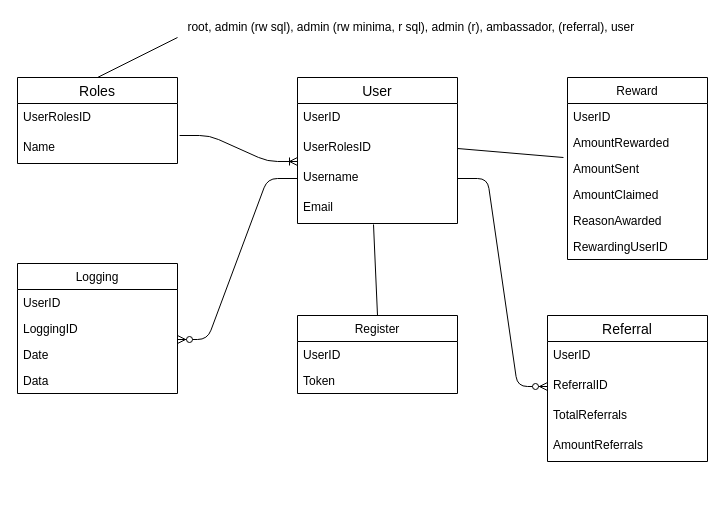
Above: docs/images/dbase.drawio in minima-global/incentivecash (draw.io), before the change. Source tidied: cells renumbered, new cells numbered last; positions are measured from the earlier drawing's top-left corner, leaving out a move shared by most shapes. Both pictures are drawn from the tidied source at 100%, with x=0, y=0 at pixel (17, 17).
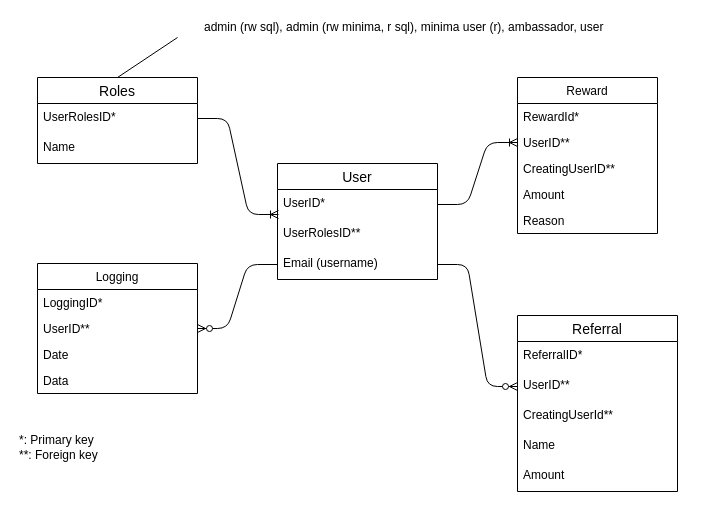
The same diagram, later.

Commit message (it also covers changes not shown here):
tweak of the dbase design

Unchanged cells that the change refers to:
```xml
<mxCell id="9" value="Name" style="text;strokeColor=none;fillColor=none;spacingLeft=4;spacingRight=4;overflow=hidden;points=[[0,0.5],[1,0.5]];portConstraint=eastwest;fontSize=12;" parent="7" vertex="1">
  <mxGeometry y="56" width="160" height="30" as="geometry" />
</mxCell>
<mxCell id="20" value="Date" style="text;strokeColor=none;fillColor=none;align=left;verticalAlign=top;spacingLeft=4;spacingRight=4;overflow=hidden;points=[[0,0.5],[1,0.5]];portConstraint=eastwest;" parent="17" vertex="1">
  <mxGeometry y="78" width="160" height="26" as="geometry" />
</mxCell>
```

Diff of the diagram source:
```diff
@@
     <mxCell id="2" value="User" style="swimlane;fontStyle=0;horizontal=1;startSize=26;align=center;fontSize=14;" parent="1" vertex="1">
-      <mxGeometry x="280" y="60" width="160" height="146" as="geometry" />
+      <mxGeometry x="260" y="146" width="160" height="116" as="geometry" />
     </mxCell>
-    <mxCell id="3" value="UserID" style="text;strokeColor=none;fillColor=none;spacingLeft=4;spacingRight=4;overflow=hidden;points=[[0,0.5],[1,0.5]];portConstraint=eastwest;fontSize=12;" parent="2" vertex="1">
+    <mxCell id="3" value="UserID*" style="text;strokeColor=none;fillColor=none;spacingLeft=4;spacingRight=4;overflow=hidden;points=[[0,0.5],[1,0.5]];portConstraint=eastwest;fontSize=12;" parent="2" vertex="1">
       <mxGeometry y="26" width="160" height="30" as="geometry" />
     </mxCell>
-    <mxCell id="4" value="UserRolesID" style="text;strokeColor=none;fillColor=none;spacingLeft=4;spacingRight=4;overflow=hidden;points=[[0,0.5],[1,0.5]];portConstraint=eastwest;fontSize=12;" parent="2" vertex="1">
+    <mxCell id="4" value="UserRolesID**" style="text;strokeColor=none;fillColor=none;spacingLeft=4;spacingRight=4;overflow=hidden;points=[[0,0.5],[1,0.5]];portConstraint=eastwest;fontSize=12;" parent="2" vertex="1">
       <mxGeometry y="56" width="160" height="30" as="geometry" />
     </mxCell>
-    <mxCell id="5" value="Username" style="text;strokeColor=none;fillColor=none;spacingLeft=4;spacingRight=4;overflow=hidden;points=[[0,0.5],[1,0.5]];portConstraint=eastwest;fontSize=12;" parent="2" vertex="1">
+    <mxCell id="5" value="Email (username)" style="text;strokeColor=none;fillColor=none;spacingLeft=4;spacingRight=4;overflow=hidden;points=[[0,0.5],[1,0.5]];portConstraint=eastwest;fontSize=12;" parent="2" vertex="1">
       <mxGeometry y="86" width="160" height="30" as="geometry" />
     </mxCell>
-    <mxCell id="6" value="Email" style="text;strokeColor=none;fillColor=none;spacingLeft=4;spacingRight=4;overflow=hidden;points=[[0,0.5],[1,0.5]];portConstraint=eastwest;fontSize=12;" parent="2" vertex="1">
-      <mxGeometry y="116" width="160" height="30" as="geometry" />
-    </mxCell>
     <mxCell id="7" value="Roles" style="swimlane;fontStyle=0;horizontal=1;startSize=26;align=center;fontSize=14;" parent="1" vertex="1">
-      <mxGeometry y="60" width="160" height="86" as="geometry" />
+      <mxGeometry x="20" y="60" width="160" height="86" as="geometry" />
     </mxCell>
-    <mxCell id="8" value="UserRolesID" style="text;strokeColor=none;fillColor=none;spacingLeft=4;spacingRight=4;overflow=hidden;points=[[0,0.5],[1,0.5]];portConstraint=eastwest;fontSize=12;" parent="7" vertex="1">
+    <mxCell id="8" value="UserRolesID*" style="text;strokeColor=none;fillColor=none;spacingLeft=4;spacingRight=4;overflow=hidden;points=[[0,0.5],[1,0.5]];portConstraint=eastwest;fontSize=12;" parent="7" vertex="1">
       <mxGeometry y="26" width="160" height="30" as="geometry" />
     </mxCell>
@@
     <mxCell id="10" value="Reward" style="swimlane;fontStyle=0;horizontal=1;startSize=26;fillColor=none;" parent="1" vertex="1">
-      <mxGeometry x="550" y="60" width="140" height="182" as="geometry" />
+      <mxGeometry x="500" y="60" width="140" height="156" as="geometry" />
     </mxCell>
-    <mxCell id="11" value="UserID" style="text;strokeColor=none;fillColor=none;align=left;verticalAlign=top;spacingLeft=4;spacingRight=4;overflow=hidden;" parent="10" vertex="1">
+    <mxCell id="11" value="RewardId*&#10;" style="text;strokeColor=none;fillColor=none;align=left;verticalAlign=top;spacingLeft=4;spacingRight=4;overflow=hidden;" parent="10" vertex="1">
       <mxGeometry y="26" width="140" height="26" as="geometry" />
     </mxCell>
+    <mxCell id="37" value="UserID**" style="text;strokeColor=none;fillColor=none;align=left;verticalAlign=top;spacingLeft=4;spacingRight=4;overflow=hidden;points=[[0,0.5],[1,0.5]];portConstraint=eastwest;" parent="10" vertex="1">
+      <mxGeometry y="52" width="140" height="26" as="geometry" />
+    </mxCell>
+    <mxCell id="16" value="CreatingUserID**&#10;" style="text;strokeColor=none;fillColor=none;align=left;verticalAlign=top;spacingLeft=4;spacingRight=4;overflow=hidden;" parent="10" vertex="1">
+      <mxGeometry y="78" width="140" height="26" as="geometry" />
+    </mxCell>
-    <mxCell id="12" value="AmountRewarded" style="text;strokeColor=none;fillColor=none;align=left;verticalAlign=top;spacingLeft=4;spacingRight=4;overflow=hidden;" parent="10" vertex="1">
-      <mxGeometry y="52" width="140" height="26" as="geometry" />
+    <mxCell id="12" value="Amount&#10;" style="text;strokeColor=none;fillColor=none;align=left;verticalAlign=top;spacingLeft=4;spacingRight=4;overflow=hidden;" parent="10" vertex="1">
+      <mxGeometry y="104" width="140" height="26" as="geometry" />
     </mxCell>
-    <mxCell id="13" value="AmountSent" style="text;strokeColor=none;fillColor=none;align=left;verticalAlign=top;spacingLeft=4;spacingRight=4;overflow=hidden;points=[[0,0.5],[1,0.5]];portConstraint=eastwest;" parent="10" vertex="1">
-      <mxGeometry y="78" width="140" height="26" as="geometry" />
-    </mxCell>
-    <mxCell id="14" value="AmountClaimed&#10;" style="text;strokeColor=none;fillColor=none;align=left;verticalAlign=top;spacingLeft=4;spacingRight=4;overflow=hidden;" parent="10" vertex="1">
-      <mxGeometry y="104" width="140" height="26" as="geometry" />
-    </mxCell>
-    <mxCell id="15" value="ReasonAwarded" style="text;strokeColor=none;fillColor=none;align=left;verticalAlign=top;spacingLeft=4;spacingRight=4;overflow=hidden;" parent="10" vertex="1">
+    <mxCell id="15" value="Reason&#10;" style="text;strokeColor=none;fillColor=none;align=left;verticalAlign=top;spacingLeft=4;spacingRight=4;overflow=hidden;" parent="10" vertex="1">
       <mxGeometry y="130" width="140" height="26" as="geometry" />
     </mxCell>
-    <mxCell id="16" value="RewardingUserID" style="text;strokeColor=none;fillColor=none;align=left;verticalAlign=top;spacingLeft=4;spacingRight=4;overflow=hidden;" parent="10" vertex="1">
-      <mxGeometry y="156" width="140" height="26" as="geometry" />
-    </mxCell>
     <mxCell id="17" value="Logging" style="swimlane;fontStyle=0;horizontal=1;startSize=26;fillColor=none;" parent="1" vertex="1">
-      <mxGeometry y="246" width="160" height="130" as="geometry" />
+      <mxGeometry x="20" y="246" width="160" height="130" as="geometry" />
     </mxCell>
+    <mxCell id="19" value="LoggingID*" style="text;strokeColor=none;fillColor=none;align=left;verticalAlign=top;spacingLeft=4;spacingRight=4;overflow=hidden;" parent="17" vertex="1">
+      <mxGeometry y="26" width="160" height="26" as="geometry" />
+    </mxCell>
-    <mxCell id="18" value="UserID" style="text;strokeColor=none;fillColor=none;align=left;verticalAlign=top;spacingLeft=4;spacingRight=4;overflow=hidden;points=[[0,0.5],[1,0.5]];portConstraint=eastwest;" parent="17" vertex="1">
-      <mxGeometry y="26" width="160" height="26" as="geometry" />
+    <mxCell id="18" value="UserID**" style="text;strokeColor=none;fillColor=none;align=left;verticalAlign=top;spacingLeft=4;spacingRight=4;overflow=hidden;points=[[0,0.5],[1,0.5]];portConstraint=eastwest;" parent="17" vertex="1">
+      <mxGeometry y="52" width="160" height="26" as="geometry" />
     </mxCell>
-    <mxCell id="19" value="LoggingID" style="text;strokeColor=none;fillColor=none;align=left;verticalAlign=top;spacingLeft=4;spacingRight=4;overflow=hidden;" parent="17" vertex="1">
-      <mxGeometry y="52" width="160" height="26" as="geometry" />
-    </mxCell>
@@
-    <mxCell id="22" style="edgeStyle=entityRelationEdgeStyle;fontSize=12;html=1;endArrow=ERzeroToMany;endFill=1;entryX=1;entryY=-0.077;entryDx=0;entryDy=0;entryPerimeter=0;exitX=0;exitY=0.5;exitDx=0;exitDy=0;" parent="1" edge="1" source="5" target="20">
+    <mxCell id="22" style="edgeStyle=entityRelationEdgeStyle;fontSize=12;html=1;endArrow=ERzeroToMany;endFill=1;entryX=1;entryY=0.5;entryDx=0;entryDy=0;exitX=0;exitY=0.5;exitDx=0;exitDy=0;" parent="1" edge="1" source="5" target="18">
       <mxGeometry relative="1" as="geometry" />
     </mxCell>
-    <mxCell id="23" value="root, admin (rw sql), admin (rw minima, r sql), admin (r), ambassador, (referral), user&amp;nbsp;" style="text;html=1;align=center;verticalAlign=middle;" parent="1" vertex="1">
-      <mxGeometry x="160" width="470" height="20" as="geometry" />
+    <mxCell id="23" value="admin (rw sql), admin (rw minima, r sql), minima user (r), ambassador, user&amp;nbsp;" style="text;html=1;align=left;verticalAlign=middle;" parent="1" vertex="1">
+      <mxGeometry x="185" width="420" height="20" as="geometry" />
     </mxCell>
     <mxCell id="24" value="Referral" style="swimlane;fontStyle=0;horizontal=1;startSize=26;align=center;fontSize=14;" parent="1" vertex="1">
-      <mxGeometry x="530" y="298" width="160" height="146" as="geometry" />
+      <mxGeometry x="500" y="298" width="160" height="176" as="geometry" />
     </mxCell>
+    <mxCell id="26" value="ReferralID*" style="text;strokeColor=none;fillColor=none;spacingLeft=4;spacingRight=4;overflow=hidden;points=[[0,0.5],[1,0.5]];portConstraint=eastwest;fontSize=12;" parent="24" vertex="1">
+      <mxGeometry y="26" width="160" height="30" as="geometry" />
+    </mxCell>
-    <mxCell id="25" value="UserID" style="text;strokeColor=none;fillColor=none;spacingLeft=4;spacingRight=4;overflow=hidden;points=[[0,0.5],[1,0.5]];portConstraint=eastwest;fontSize=12;" parent="24" vertex="1">
-      <mxGeometry y="26" width="160" height="30" as="geometry" />
+    <mxCell id="25" value="UserID**" style="text;strokeColor=none;fillColor=none;spacingLeft=4;spacingRight=4;overflow=hidden;points=[[0,0.5],[1,0.5]];portConstraint=eastwest;fontSize=12;" parent="24" vertex="1">
+      <mxGeometry y="56" width="160" height="30" as="geometry" />
     </mxCell>
-    <mxCell id="26" value="ReferralID" style="text;strokeColor=none;fillColor=none;spacingLeft=4;spacingRight=4;overflow=hidden;points=[[0,0.5],[1,0.5]];portConstraint=eastwest;fontSize=12;" parent="24" vertex="1">
-      <mxGeometry y="56" width="160" height="30" as="geometry" />
-    </mxCell>
+    <mxCell id="28" value="CreatingUserId**" style="text;strokeColor=none;fillColor=none;spacingLeft=4;spacingRight=4;overflow=hidden;fontSize=12;" parent="24" vertex="1">
+      <mxGeometry y="86" width="160" height="30" as="geometry" />
+    </mxCell>
+    <mxCell id="38" value="Name" style="text;strokeColor=none;fillColor=none;spacingLeft=4;spacingRight=4;overflow=hidden;fontSize=12;" parent="24" vertex="1">
+      <mxGeometry y="116" width="160" height="30" as="geometry" />
+    </mxCell>
-    <mxCell id="27" value="TotalReferrals" style="text;strokeColor=none;fillColor=none;spacingLeft=4;spacingRight=4;overflow=hidden;fontSize=12;" parent="24" vertex="1">
-      <mxGeometry y="86" width="160" height="30" as="geometry" />
+    <mxCell id="27" value="Amount" style="text;strokeColor=none;fillColor=none;spacingLeft=4;spacingRight=4;overflow=hidden;fontSize=12;" parent="24" vertex="1">
+      <mxGeometry y="146" width="160" height="30" as="geometry" />
     </mxCell>
-    <mxCell id="28" value="AmountReferrals" style="text;strokeColor=none;fillColor=none;spacingLeft=4;spacingRight=4;overflow=hidden;fontSize=12;" parent="24" vertex="1">
-      <mxGeometry y="116" width="160" height="30" as="geometry" />
-    </mxCell>
-    <mxCell id="29" style="edgeStyle=entityRelationEdgeStyle;fontSize=12;html=1;endArrow=ERzeroToMany;endFill=1;entryX=0;entryY=0.5;entryDx=0;entryDy=0;exitX=1;exitY=0.5;exitDx=0;exitDy=0;" parent="1" edge="1" source="5" target="26">
+    <mxCell id="29" style="edgeStyle=entityRelationEdgeStyle;fontSize=12;html=1;endArrow=ERzeroToMany;endFill=1;entryX=0;entryY=0.5;entryDx=0;entryDy=0;exitX=1;exitY=0.5;exitDx=0;exitDy=0;" parent="1" edge="1" source="5" target="25">
       <mxGeometry relative="1" as="geometry" />
     </mxCell>
@@
-    <mxCell id="31" style="edgeStyle=entityRelationEdgeStyle;fontSize=12;html=1;endArrow=ERoneToMany;entryX=0;entryY=0.933;entryDx=0;entryDy=0;entryPerimeter=0;exitX=1.013;exitY=0.067;exitDx=0;exitDy=0;exitPerimeter=0;" parent="1" edge="1" source="9" target="4">
+    <mxCell id="31" style="edgeStyle=entityRelationEdgeStyle;fontSize=12;html=1;endArrow=ERoneToMany;entryX=0.006;entryY=0.833;entryDx=0;entryDy=0;entryPerimeter=0;exitX=1;exitY=0.5;exitDx=0;exitDy=0;" parent="1" edge="1" source="8" target="3">
       <mxGeometry relative="1" as="geometry" />
     </mxCell>
-    <mxCell id="32" value="Register" style="swimlane;fontStyle=0;horizontal=1;startSize=26;fillColor=none;" parent="1" vertex="1">
-      <mxGeometry x="280" y="298" width="160" height="78" as="geometry" />
-    </mxCell>
-    <mxCell id="33" value="UserID" style="text;strokeColor=none;fillColor=none;align=left;verticalAlign=top;spacingLeft=4;spacingRight=4;overflow=hidden;" parent="32" vertex="1">
-      <mxGeometry y="26" width="160" height="26" as="geometry" />
-    </mxCell>
-    <mxCell id="34" value="Token" style="text;strokeColor=none;fillColor=none;align=left;verticalAlign=top;spacingLeft=4;spacingRight=4;overflow=hidden;" parent="32" vertex="1">
-      <mxGeometry y="52" width="160" height="26" as="geometry" />
-    </mxCell>
-    <mxCell id="35" style="endArrow=none;html=1;rounded=0;entryX=-0.029;entryY=0.077;entryDx=0;entryDy=0;entryPerimeter=0;exitX=1;exitY=0.5;exitDx=0;exitDy=0;" parent="1" edge="1" source="4" target="13">
-      <mxGeometry relative="1" as="geometry" />
-    </mxCell>
-    <mxCell id="36" style="endArrow=none;html=1;rounded=0;exitX=0.5;exitY=0;exitDx=0;exitDy=0;entryX=0.475;entryY=1.033;entryDx=0;entryDy=0;entryPerimeter=0;" parent="1" edge="1" source="32" target="6">
-      <mxGeometry relative="1" as="geometry" />
-    </mxCell>
+    <mxCell id="39" style="edgeStyle=entityRelationEdgeStyle;fontSize=12;html=1;endArrow=ERoneToMany;exitX=1;exitY=0.5;exitDx=0;exitDy=0;entryX=0;entryY=0.5;entryDx=0;entryDy=0;" parent="1" edge="1" source="3" target="37">
+      <mxGeometry relative="1" as="geometry" />
+    </mxCell>
+    <mxCell id="40" value="*: Primary key&lt;br&gt;**: Foreign key" style="text;html=1;strokeColor=none;fillColor=none;align=left;verticalAlign=middle;whiteSpace=wrap;rounded=0;" parent="1" vertex="1">
+      <mxGeometry y="420" width="110" height="20" as="geometry" />
+    </mxCell>
```
